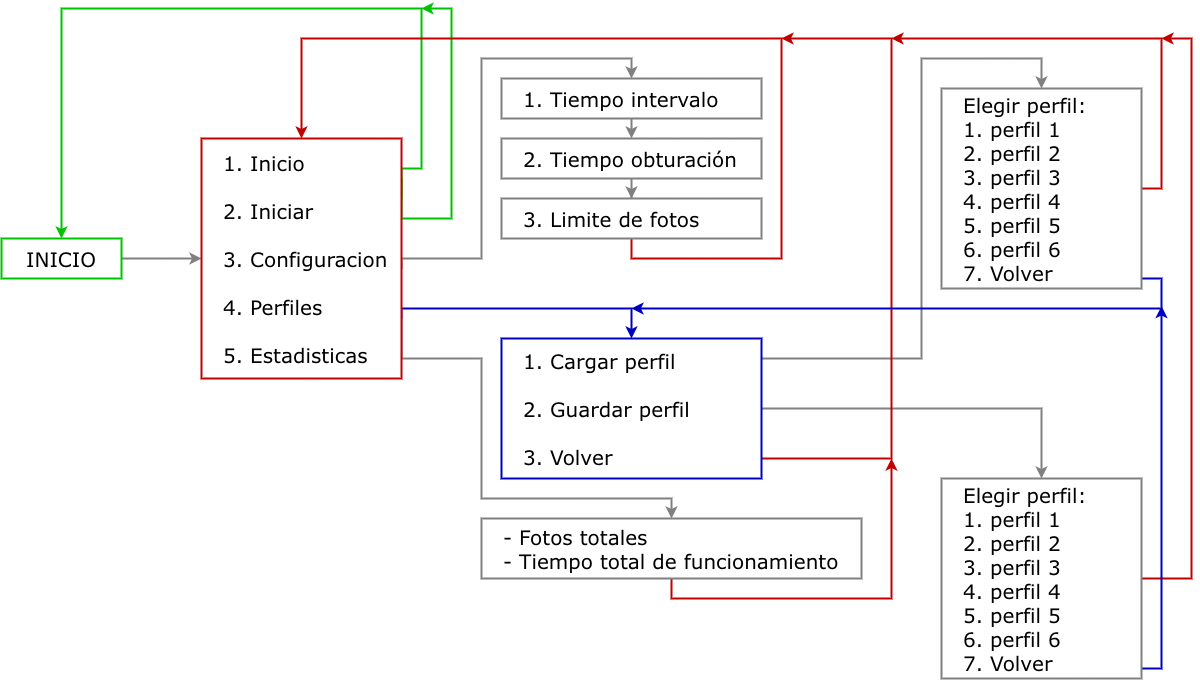
The draw.io diagram docs/flowchart_es.png in Estebanp2005/AstroPhotographer, before a commit. Source tidied: cells renumbered, new cells last; positions are measured from the earlier drawing's top-left corner, leaving out a move shared by most shapes.
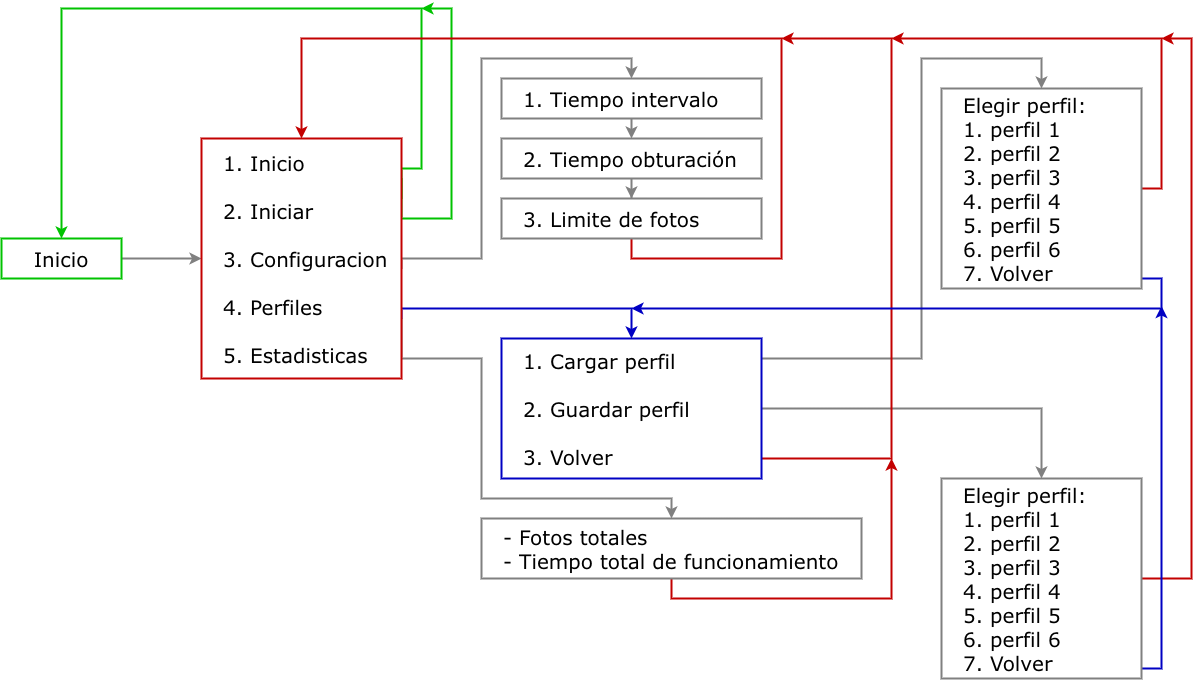
Above is the later version.

Change to the diagram source:
```diff
@@ -5,7 +5,7 @@
     <mxCell id="2" style="edgeStyle=orthogonalEdgeStyle;rounded=0;jettySize=auto;html=1;exitX=1;exitY=0.5;exitDx=0;exitDy=0;entryX=0;entryY=0.5;entryDx=0;entryDy=0;strokeWidth=2;strokeColor=#808080;" parent="1" edge="1" source="3" target="9">
       <mxGeometry relative="1" as="geometry" />
     </mxCell>
-    <mxCell id="3" value="INICIO" style="rounded=0;whiteSpace=wrap;html=1;fontFamily=Verdana;fontSize=20;strokeWidth=2;strokeColor=#00C300;" parent="1" vertex="1">
+    <mxCell id="3" value="Inicio" style="rounded=0;whiteSpace=wrap;html=1;fontFamily=Verdana;fontSize=20;strokeWidth=2;strokeColor=#00C300;" parent="1" vertex="1">
       <mxGeometry y="230" width="120" height="40" as="geometry" />
     </mxCell>
     <mxCell id="4" style="edgeStyle=orthogonalEdgeStyle;rounded=0;jettySize=auto;html=1;exitX=1;exitY=0.25;exitDx=0;exitDy=0;entryX=0.5;entryY=0;entryDx=0;entryDy=0;strokeWidth=2;strokeColor=#00C300;" parent="1" edge="1" source="9" target="3">
```
